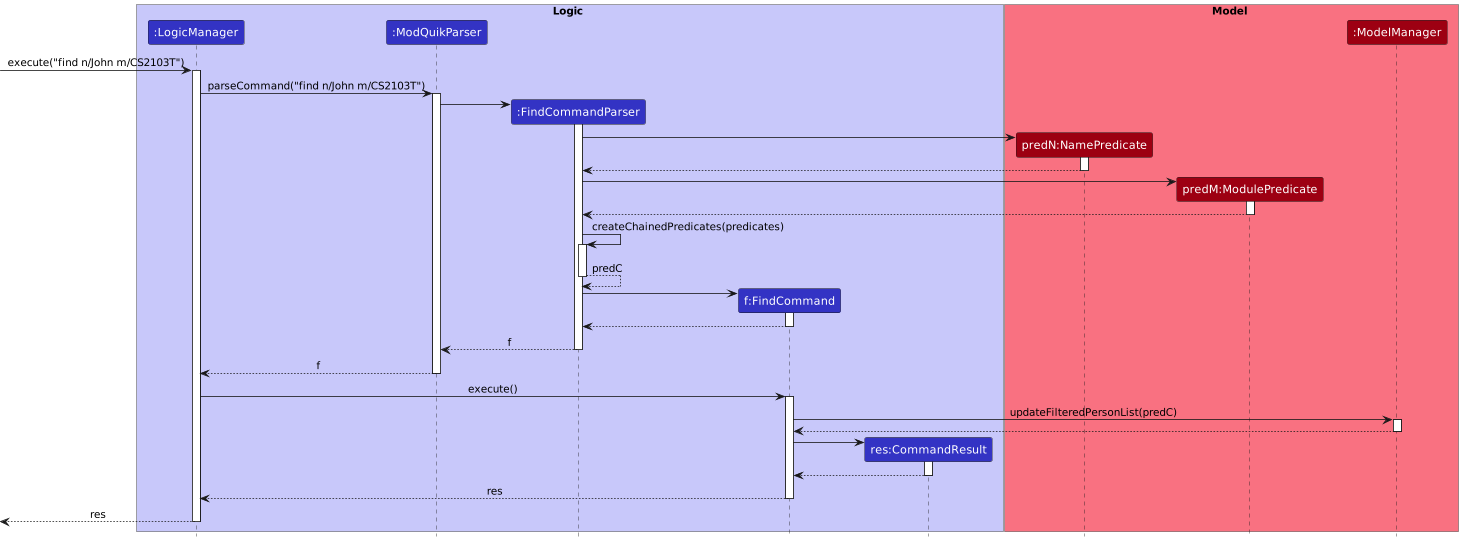
Before: docs/images/FindSequenceDiagram.png, a diagram exported from PlantUML (nus-cs2103-AY2223S1/tp). The source it was exported from:
```plantuml
@startuml
!include style.puml


box Logic LOGIC_COLOR_T1
participant ":LogicManager" as LogicManager LOGIC_COLOR
participant ":ModQuikParser" as ModQuikParser LOGIC_COLOR
participant ":FindCommandParser" as FindCommandParser LOGIC_COLOR
participant "f:FindCommand" as FindCommand LOGIC_COLOR
participant "res:CommandResult" as CommandResult LOGIC_COLOR
end box

box Model MODEL_COLOR_T1
participant "predN:NamePredicate" as NamePredicate MODEL_COLOR
participant "predM:ModulePredicate" as ModulePredicate MODEL_COLOR
participant ":ModelManager" as ModelManager MODEL_COLOR
end box

[-> LogicManager: execute("find n/John m/CS2103T")
activate LogicManager

LogicManager -> ModQuikParser : parseCommand("find n/John m/CS2103T")
activate ModQuikParser

create FindCommandParser
ModQuikParser -> FindCommandParser
activate FindCommandParser

create NamePredicate
FindCommandParser -> NamePredicate
activate NamePredicate
NamePredicate --> FindCommandParser
deactivate NamePredicate

create ModulePredicate
FindCommandParser -> ModulePredicate
activate ModulePredicate
ModulePredicate --> FindCommandParser
deactivate ModulePredicate

FindCommandParser -> FindCommandParser : createChainedPredicates(predicates)
activate FindCommandParser
FindCommandParser --> FindCommandParser : predC
deactivate FindCommandParser

create FindCommand
FindCommandParser -> FindCommand
activate FindCommand

FindCommand --> FindCommandParser
deactivate FindCommand

FindCommandParser --> ModQuikParser : f
deactivate FindCommandParser

ModQuikParser --> LogicManager : f
deactivate ModQuikParser

LogicManager -> FindCommand : execute()
activate FindCommand

FindCommand -> ModelManager : updateFilteredPersonList(predC)
activate ModelManager

ModelManager --> FindCommand
deactivate ModelManager

create CommandResult
FindCommand -> CommandResult
activate CommandResult

CommandResult --> FindCommand
deactivate CommandResult

FindCommand --> LogicManager : res
deactivate FindCommand

[<-- LogicManager : res
deactivate LogicManager

@enduml
```
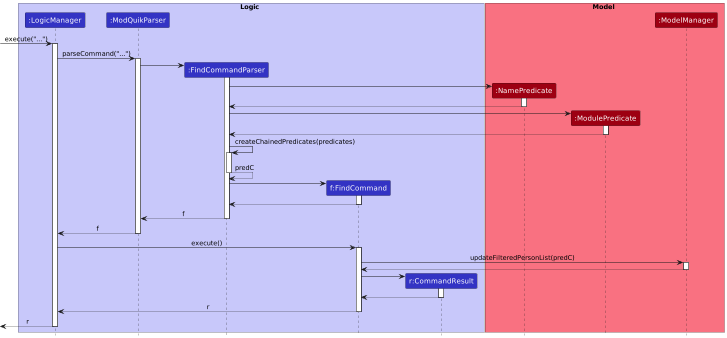
The same file after the commit.

Commit message:
Increase size of diagram

Change to the diagram source:
```diff
@@ -7,19 +7,19 @@
 participant ":ModQuikParser" as ModQuikParser LOGIC_COLOR
 participant ":FindCommandParser" as FindCommandParser LOGIC_COLOR
 participant "f:FindCommand" as FindCommand LOGIC_COLOR
-participant "res:CommandResult" as CommandResult LOGIC_COLOR
+participant "r:CommandResult" as CommandResult LOGIC_COLOR
 end box
 
 box Model MODEL_COLOR_T1
-participant "predN:NamePredicate" as NamePredicate MODEL_COLOR
-participant "predM:ModulePredicate" as ModulePredicate MODEL_COLOR
+participant ":NamePredicate" as NamePredicate MODEL_COLOR
+participant ":ModulePredicate" as ModulePredicate MODEL_COLOR
 participant ":ModelManager" as ModelManager MODEL_COLOR
 end box
 
-[-> LogicManager: execute("find n/John m/CS2103T")
+[-> LogicManager: execute("...")
 activate LogicManager
 
-LogicManager -> ModQuikParser : parseCommand("find n/John m/CS2103T")
+LogicManager -> ModQuikParser : parseCommand("...")
 activate ModQuikParser
 
 create FindCommandParser
@@ -72,10 +72,10 @@
 CommandResult --> FindCommand
 deactivate CommandResult
 
-FindCommand --> LogicManager : res
+FindCommand --> LogicManager : r
 deactivate FindCommand
 
-[<-- LogicManager : res
+[<-- LogicManager : r
 deactivate LogicManager
 
 @enduml
```
